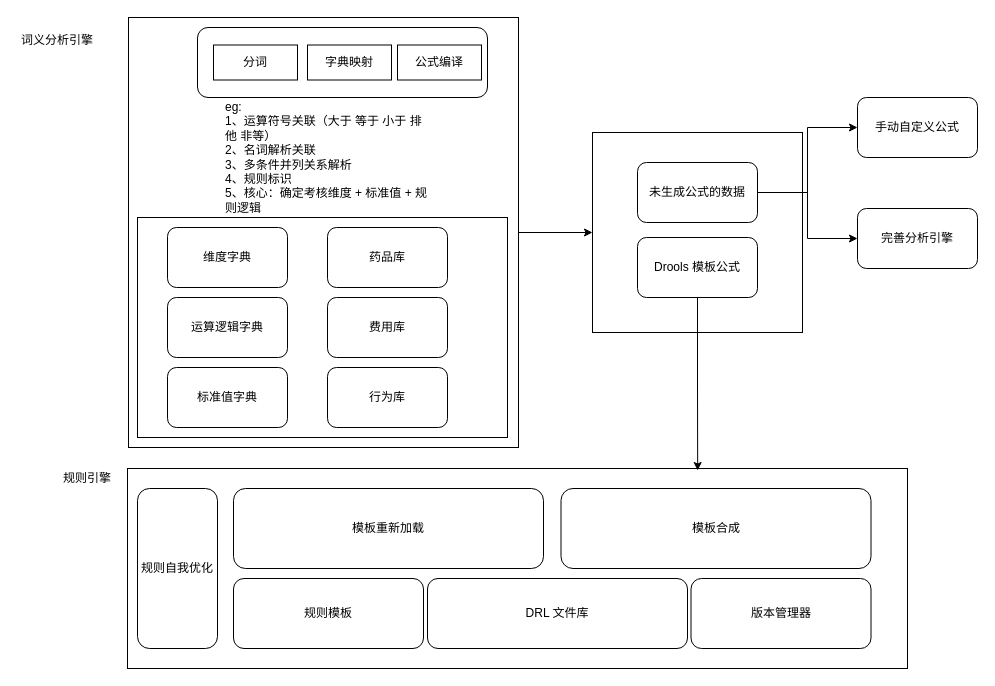
Earlier version of the draw.io diagram 医保项目/Untitled Diagram.drawio (liz2m/draw.images). Source tidied: cells renumbered, new cells numbered last; positions are measured from the earlier drawing's top-left corner, leaving out a move shared by most shapes. Both pictures are drawn from the tidied source at 100%, with x=0, y=0 at pixel (17, 17).
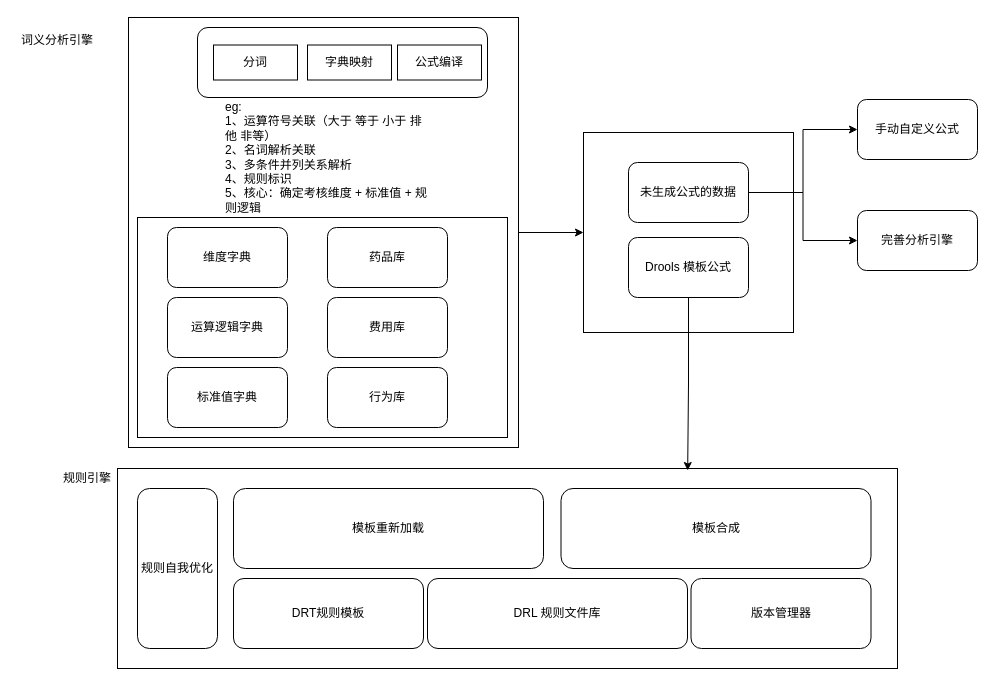
After the change.

Change to the diagram source:
```diff
@@
     <mxCell id="2" style="rounded=0;whiteSpace=wrap;html=1;" parent="1" vertex="1">
-      <mxGeometry x="575" y="115" width="210" height="200" as="geometry" />
+      <mxGeometry x="566" y="115" width="210" height="200" as="geometry" />
     </mxCell>
     <mxCell id="3" style="rounded=0;whiteSpace=wrap;html=1;" parent="1" vertex="1">
-      <mxGeometry x="110" y="451" width="780" height="200" as="geometry" />
+      <mxGeometry x="100" y="451" width="780" height="200" as="geometry" />
     </mxCell>
@@
     <mxCell id="10" value="Drools 模板公式" style="rounded=1;whiteSpace=wrap;html=1;" parent="1" vertex="1">
-      <mxGeometry x="620" y="220" width="120" height="60" as="geometry" />
+      <mxGeometry x="611" y="220" width="120" height="60" as="geometry" />
     </mxCell>
@@
-    <mxCell id="17" value="规则模板" style="rounded=1;whiteSpace=wrap;html=1;" parent="1" vertex="1">
+    <mxCell id="17" value="DRT规则模板" style="rounded=1;whiteSpace=wrap;html=1;" parent="1" vertex="1">
       <mxGeometry x="216" y="561" width="190" height="70" as="geometry" />
     </mxCell>
-    <mxCell id="18" value="DRL 文件库" style="rounded=1;whiteSpace=wrap;html=1;" parent="1" vertex="1">
+    <mxCell id="18" value="DRL 规则文件库" style="rounded=1;whiteSpace=wrap;html=1;" parent="1" vertex="1">
       <mxGeometry x="410" y="561" width="260" height="70" as="geometry" />
     </mxCell>
@@
     <mxCell id="29" value="未生成公式的数据" style="rounded=1;whiteSpace=wrap;html=1;" parent="1" vertex="1">
-      <mxGeometry x="620" y="145" width="120" height="60" as="geometry" />
+      <mxGeometry x="611" y="145" width="120" height="60" as="geometry" />
     </mxCell>
     <mxCell id="30" value="手动自定义公式" style="rounded=1;whiteSpace=wrap;html=1;" parent="1" vertex="1">
-      <mxGeometry x="840" y="80" width="120" height="60" as="geometry" />
+      <mxGeometry x="840" y="82" width="120" height="60" as="geometry" />
     </mxCell>
     <mxCell id="31" value="完善分析引擎" style="rounded=1;whiteSpace=wrap;html=1;" parent="1" vertex="1">
-      <mxGeometry x="840" y="191" width="120" height="60" as="geometry" />
+      <mxGeometry x="840" y="193" width="120" height="60" as="geometry" />
     </mxCell>
```
